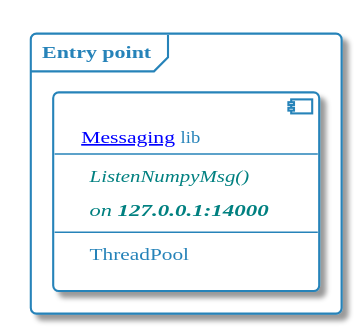
Above: images/plantuml/FAISS/faiss/FAISS_EntryPoint.svg in momenttech/maestro-architecture (PlantUML), before the change. Source of this version:
```plantuml
@startuml




skinparam backgroundColor White








skinparam defaultFontName       "Verdana"
skinparam defaultFontSize       12
skinparam dpi                   100
skinparam shadowing             True
skinparam roundcorner           8
skinparam ParticipantPadding    40
skinparam BoxPadding            40
skinparam Padding               5
skinparam ArrowColor            #868E96
skinparam stereotype {
    CBackgroundColor #EDF0F2
    CBorderColor #BABDBF
    ABackgroundColor #8FB961
    ABorderColor $SUCCESS_DARK
    IBackgroundColor #D2494E
    IBorderColor $DANGER_DARK
    EBackgroundColor #E47833
    EBorderColor $WARNING_DARK
    NBackgroundColor #35638F
    NBorderColor $INFO_DARK
}
skinparam title {
	FontColor	                 #2FA4E7
	BorderColor	                 #BABDBF
	FontSize	    	         20
	BorderRoundCorner            8
	BorderThickness 	         1
	BackgroundColor              White
}

skinparam legend {
	BackgroundColor White
	BorderColor #BABDBF
	FontColor #343A40
}


skinparam activity {
		FontColor #2683B9
	BorderColor #2683B9
	BackgroundColor White
	BarColor #73A839
	StartColor #033C73
	EndColor #033C73
	DiamondBackgroundColor White
  	DiamondBorderColor #BABDBF
	DiamondFontColor #BABDBF
}


skinparam participant {
		FontColor #2683B9
	BorderColor #2683B9
	BackgroundColor White
	ParticipantBorderThickness 2
}


skinparam actor {
		FontColor #2683B9
	BorderColor #2683B9
	BackgroundColor White
}


skinparam arrow {
	Thickness 2.5
	Color #2FA4E7
	FontColor #343A40
}


skinparam sequence {
	BorderColor #2FA4E7
	TitleFontColor #2FA4E7
	BackgroundColor White
	StartColor #2FA4E7
	EndColor #2FA4E7
	BoxBackgroundColor White
	BoxBorderColor #868E96
	BoxFontColor #343A40
	LifeLineBorderColor #BABDBF
	LifeLineBorderThickness 2
	LifeLineBackgroundColor White
	GroupBorderColor #868E96
	GroupFontColor #343A40
	GroupHeaderFontColor #033C73
	DividerBackgroundColor White
    DividerBorderColor #868E96
    DividerBorderThickness 2
    DividerFontColor #343A40
	ReferenceBackgroundColor White
	ReferenceBorderColor #868E96
	ReferenceFontColor #343A40
	ReferenceHeaderFontColor #033C73
}


skinparam partition {
	BorderColor #2FA4E7
	FontColor #2FA4E7
	BackgroundColor White
}


skinparam collections {
		FontColor #2683B9
	BorderColor #2683B9
	BackgroundColor White
}


skinparam control {
		FontColor #2683B9
	BorderColor #2683B9
	BackgroundColor White
}


skinparam entity {
		FontColor #2683B9
	BorderColor #2683B9
	BackgroundColor White
}


skinparam boundary {
		FontColor #2683B9
	BorderColor #2683B9
	BackgroundColor White
}


skinparam agent {
	BackgroundColor White
	BorderColor #999999
	FontColor #333333
}


skinparam note {
	BorderThickness 1
	BackgroundColor White
	BorderColor #033C73
	FontColor #033C73
}


skinparam artifact {
	BackgroundColor White
	BorderColor #868E96
	FontColor #868E96
}


skinparam component {
		FontColor #2683B9
	BorderColor #2683B9
	BackgroundColor White

}


skinparam interface {
	BackgroundColor  White
	BorderColor  #C71C22
	FontColor #343A40
}


skinparam storage {
	BackgroundColor White
  	BorderColor #DD5600
	FontColor #DD5600
}


skinparam node {
	BackgroundColor White
	BorderColor #343A40
	FontColor #343A40
}


skinparam cloud {
	BackgroundColor #F2FCFE-#eeeeee
	BorderColor #F2FCFE
	FontColor #343A40
}


skinparam database {
		FontColor #2683B9
	BorderColor #2683B9
	BackgroundColor White
}


skinparam class {
		FontColor #2683B9
	BorderColor #2683B9
	BackgroundColor White
	HeaderBackgroundColor #2FA4E7-#2683B9
	StereotypeFontColor #343A40
	BorderThickness 1
	AttributeFontColor #343A40
	AttributeFontSize 11
}


skinparam object {
		FontColor #2683B9
	BorderColor #2683B9
	BackgroundColor White
	StereotypeFontColor #343A40
	BorderThickness 1
	AttributeFontColor #BABDBF
	AttributeFontSize 11
}


skinparam usecase {
		FontColor #2683B9
	BorderColor #2683B9
	BackgroundColor White
	BorderThickness 2
	StereotypeFontColor #2FA4E7
}


skinparam rectangle {
		FontColor #2683B9
	BorderColor #2683B9
	BackgroundColor White
	BorderThickness 2
	StereotypeFontColor #2FA4E7
}


skinparam package {
	BackgroundColor #F2FCFE-#eeeeee
  	BorderColor #033C73
	FontColor #033C73
	BorderThickness 2
}


skinparam folder {
	BackgroundColor White
  	BorderColor #DD5600
	FontColor #DD5600
	BorderThickness 2
}


skinparam frame {
		FontColor #2683B9
	BorderColor #2683B9
	BackgroundColor White
	BorderThickness 2
	StereotypeFontColor #2FA4E7
}



skinparam state {
		FontColor #2683B9
	BorderColor #2683B9
	BackgroundColor White
	StartColor #033C73
	EndColor #033C73
	AttributeFontColor #BABDBF
	AttributeFontSize 11
}


skinparam queue {
		FontColor #2683B9
	BorderColor #2683B9
	BackgroundColor White
}


skinparam card {
	BackgroundColor White
	BorderColor #033C73
	FontColor #033C73
}


skinparam file {
	BackgroundColor White
	BorderColor #868E96
	FontColor #868E96
}


skinparam stack {
		FontColor #2683B9
	BorderColor #2683B9
	BackgroundColor White
}



hide stereotype

!pragma horizontalLineBetweenDifferentPackageAllowed

skinparam file<<NOTE>> {
	BorderThickness 0.5
    BackgroundColor LightYellow
	BorderColor LightSteelBlue
	FontColor SteelBlue
    FontSize 10
    ArrowColor LightSteelBlue
}
skinparam arrow<<NOTE>> {
    Color LightSteelBlue
}





skinparam node<<MULTITHREADED>>{
    FontColor #E47833
	BorderColor #E47833
	BackgroundColor White
	BorderThickness 2
	StereotypeFontColor #2FA4E7
}


skinparam package<<CONTAINER>>{
    	BackgroundColor #eeeeee
  	BorderColor #033C73
	FontColor #033C73
	BorderThickness 2
}
skinparam frame<<CONTAINER>>{
    	BackgroundColor #eeeeee
  	BorderColor #033C73
	FontColor #033C73
	BorderThickness 2
}


skinparam rectangle<<boundary>> {
    BackgroundColor #eeeeee
    Shadowing false
    StereotypeFontSize 0
    FontColor #444444
    BorderColor #444444
    BorderStyle dashed
    BoxPadding 0
}

skinparam file<<docker_params>> {
    Shadowing True
    FontSize 10
}












skinparam nodesep 20
skinparam ranksep 10

scale 1





        frame "Entry point" as EntryPoint {
            component FAISS_MSG_C [
                [[http://10.165.64.205/AI/Messaging Messaging]] lib
                ----
                <i><color:teal>ListenNumpyMsg()</color></i>
                <i><color:teal>on <b>127.0.0.1:14000</b></color></i>
                ----
                ThreadPool
                ]
        }





@enduml
```
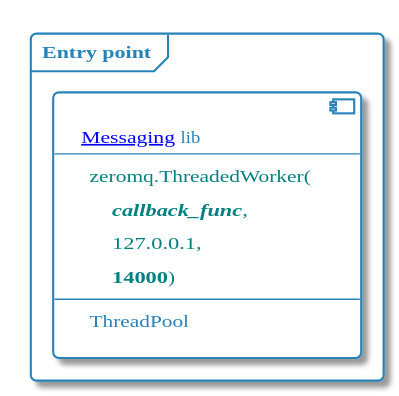
Later version of the same file.

Change to the diagram source:
```diff
@@ -1,4 +1,4 @@
-@startuml
+@startuml FAISS_EntryPoint
 
 
 
@@ -319,6 +319,7 @@
 
 hide stereotype
 
+skinparam backgroundColor transparent
 !pragma horizontalLineBetweenDifferentPackageAllowed
 
 skinparam file<<NOTE>> {
@@ -399,8 +400,10 @@
             component FAISS_MSG_C [
                 [[http://10.165.64.205/AI/Messaging Messaging]] lib
                 ----
-                <i><color:teal>ListenNumpyMsg()</color></i>
-                <i><color:teal>on <b>127.0.0.1:14000</b></color></i>
+                <color:teal>zeromq.ThreadedWorker(</color>
+                <color:teal>    <i><b>callback_func</b></i>,</color>
+                <color:teal>    127.0.0.1,</color>
+                <color:teal>    <b>14000</b>)</color>
                 ----
                 ThreadPool
                 ]
```
